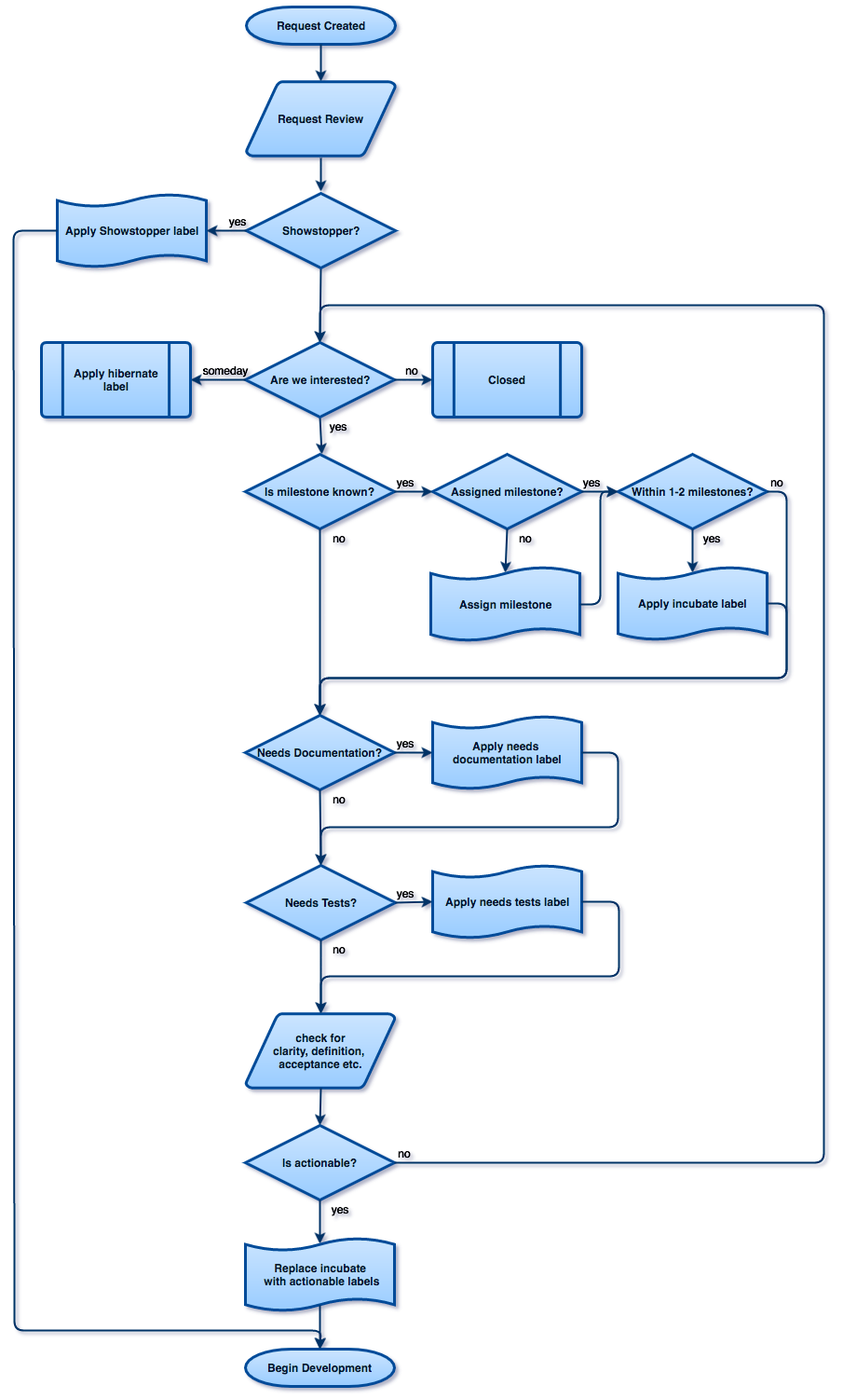
Above: development/issue_workflow.png in fru-io/handbook (draw.io), before the change. Source tidied: cells renumbered, new cells last; positions are measured from the earlier drawing's top-left corner, leaving out a move shared by most shapes.
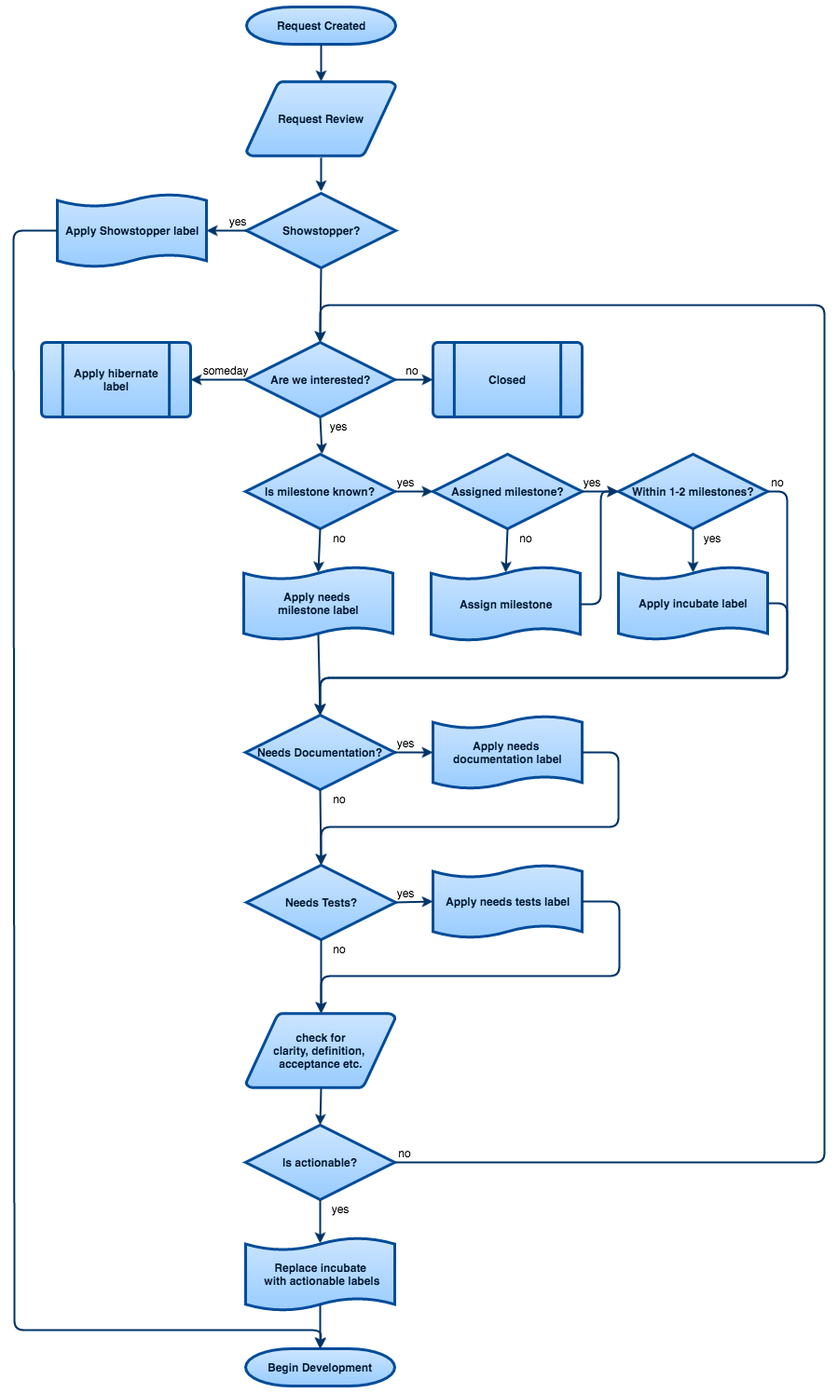
Above is the later version.

Commit message:
Adding a needs milestone label.

The edit, as a diff of the source:
```diff
@@ -85,7 +85,7 @@
     <mxCell id="28" style="fontColor=#001933;fontStyle=1;strokeColor=#003366;strokeWidth=2;html=1;exitX=0.5;exitY=1;exitPerimeter=0;entryX=0.5;entryY=0.09;entryPerimeter=0;" parent="1" edge="1" source="15" target="16">
       <mxGeometry x="658" y="-2535" as="geometry" />
     </mxCell>
-    <mxCell id="29" style="fontColor=#001933;fontStyle=1;strokeColor=#003366;strokeWidth=2;html=1;exitX=0.5;exitY=1;exitPerimeter=0;entryX=0.5;entryY=0;entryPerimeter=0;" parent="1" edge="1" source="14" target="17">
+    <mxCell id="29" style="fontColor=#001933;fontStyle=1;strokeColor=#003366;strokeWidth=2;html=1;exitX=0.5;exitY=1;exitPerimeter=0;entryX=0.5;entryY=0.09;entryPerimeter=0;" parent="1" edge="1" source="14" target="64">
       <mxGeometry x="668" y="-2525" as="geometry" />
     </mxCell>
     <mxCell id="30" style="fontColor=#001933;fontStyle=1;strokeColor=#003366;strokeWidth=2;html=1;entryX=0;entryY=0.5;entryPerimeter=0;exitX=1;exitY=0.5;exitPerimeter=0;" parent="1" edge="1" source="7" target="8">
@@ -231,5 +231,11 @@
     <mxCell id="63" value="yes" style="text;html=1;strokeColor=none;fillColor=none;align=center;verticalAlign=middle;whiteSpace=wrap;" parent="1" vertex="1">
       <mxGeometry x="330" y="1280" width="40" height="20" as="geometry" />
     </mxCell>
+    <mxCell id="64" value="Apply needs&amp;nbsp;&lt;div&gt;milestone label&lt;/div&gt;" style="shape=mxgraph.flowchart.paper_tape;fillColor=#99CCFF;strokeColor=#004C99;strokeWidth=3;gradientColor=#CCE5FF;gradientDirection=north;fontColor=#001933;fontStyle=1;html=1;" parent="1" vertex="1">
+      <mxGeometry x="247" y="600" width="160" height="80" as="geometry" />
+    </mxCell>
+    <mxCell id="65" style="fontColor=#001933;fontStyle=1;strokeColor=#003366;strokeWidth=2;html=1;exitX=0.5;exitY=0.91;exitPerimeter=0;entryX=0.5;entryY=0;entryPerimeter=0;" parent="1" edge="1" source="64" target="17">
+      <mxGeometry x="678" y="-2515" as="geometry" />
+    </mxCell>
   </root>
 </mxGraphModel>
```
